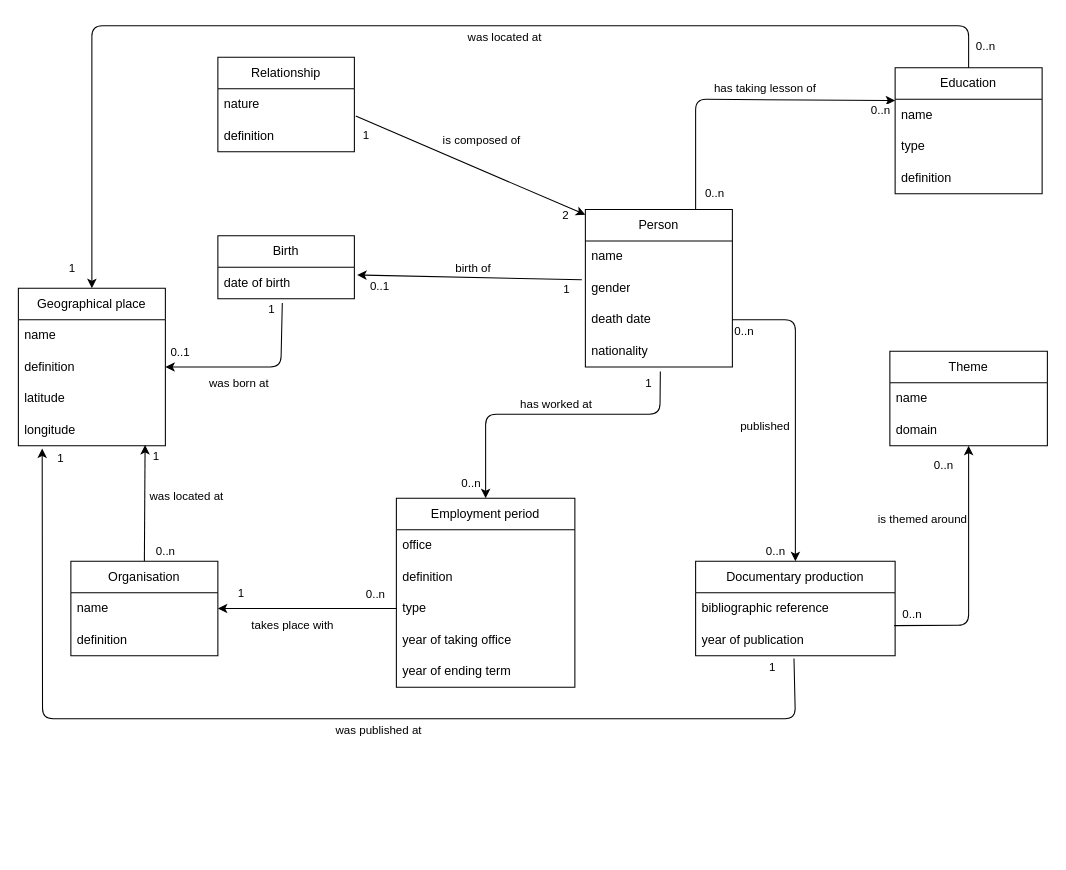
This is archivist.drawio from mroylem/archivist, a draw.io file, before an edit. Source tidied: cells renumbered, new cells numbered last; positions are measured from the earlier drawing's top-left corner, leaving out a move shared by most shapes. Both pictures are drawn from the tidied source at 105%, with x=0, y=0 at pixel (18, 25).
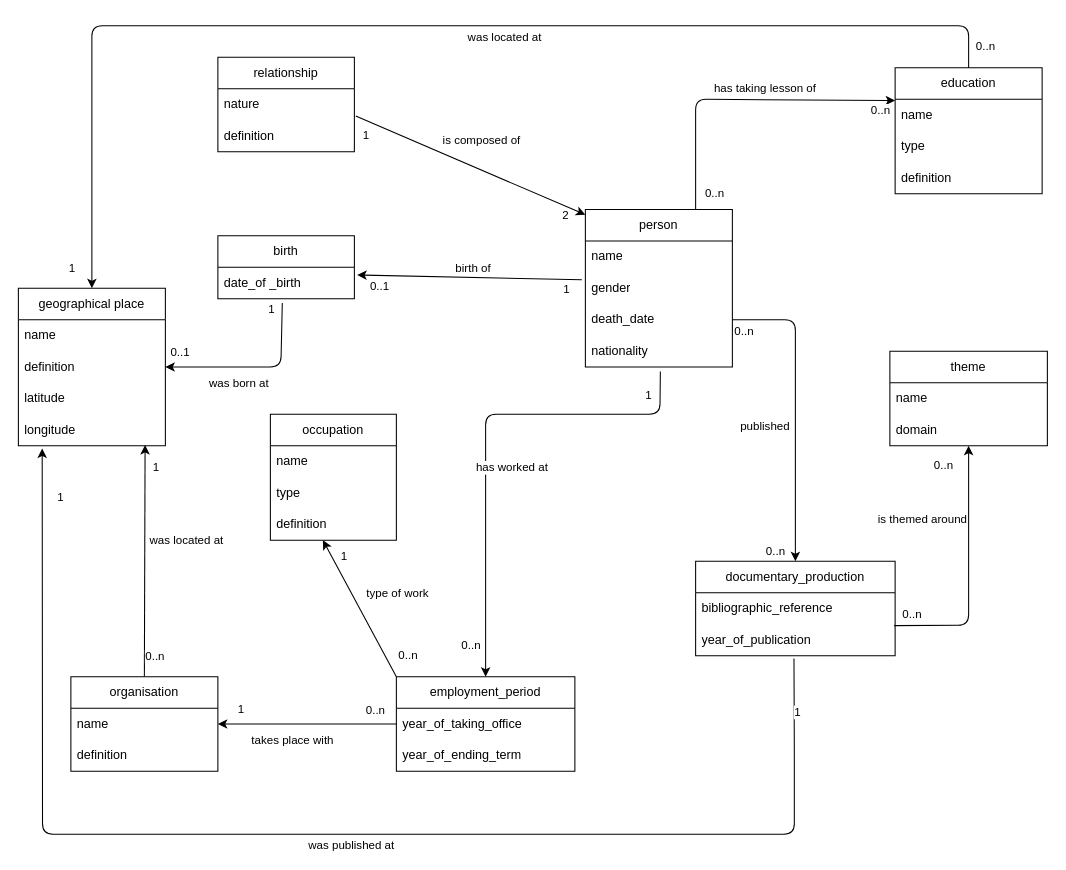
The same page after the edit.

The change refers to these unchanged cells:
```xml
<mxCell id="47" value="longitude" style="text;strokeColor=none;fillColor=none;align=left;verticalAlign=middle;spacingLeft=4;spacingRight=4;overflow=hidden;points=[[0,0.5],[1,0.5]];portConstraint=eastwest;whiteSpace=wrap;html=1;" parent="43" vertex="1">
  <mxGeometry y="120" width="140" height="30" as="geometry" />
</mxCell>
<mxCell id="65" style="edgeStyle=none;html=1;exitX=0.5;exitY=0;exitDx=0;exitDy=0;entryX=0.862;entryY=0.978;entryDx=0;entryDy=0;entryPerimeter=0;" parent="1" edge="1" source="69" target="47">
  <mxGeometry relative="1" as="geometry" />
</mxCell>
<mxCell id="70" value="name" style="text;strokeColor=none;fillColor=none;align=left;verticalAlign=middle;spacingLeft=4;spacingRight=4;overflow=hidden;points=[[0,0.5],[1,0.5]];portConstraint=eastwest;whiteSpace=wrap;html=1;" parent="69" vertex="1">
  <mxGeometry y="30" width="140" height="30" as="geometry" />
</mxCell>
```

Change to the diagram source:
```diff
@@
-    <mxCell id="2" value="Person" style="swimlane;fontStyle=0;horizontal=1;startSize=30;whiteSpace=wrap;html=1;" parent="1" vertex="1">
+    <mxCell id="2" value="person" style="swimlane;fontStyle=0;horizontal=1;startSize=30;whiteSpace=wrap;html=1;" parent="1" vertex="1">
       <mxGeometry x="540" y="175" width="140" height="150" as="geometry" />
     </mxCell>
@@
-    <mxCell id="5" value="death date" style="text;strokeColor=none;fillColor=none;align=left;verticalAlign=middle;spacingLeft=4;spacingRight=4;overflow=hidden;points=[[0,0.5],[1,0.5]];portConstraint=eastwest;whiteSpace=wrap;html=1;" parent="2" vertex="1">
+    <mxCell id="5" value="death_date" style="text;strokeColor=none;fillColor=none;align=left;verticalAlign=middle;spacingLeft=4;spacingRight=4;overflow=hidden;points=[[0,0.5],[1,0.5]];portConstraint=eastwest;whiteSpace=wrap;html=1;" parent="2" vertex="1">
       <mxGeometry y="90" width="140" height="30" as="geometry" />
     </mxCell>
@@
-    <mxCell id="7" value="Relationship" style="swimlane;fontStyle=0;horizontal=1;startSize=30;whiteSpace=wrap;html=1;" parent="1" vertex="1">
+    <mxCell id="7" value="relationship" style="swimlane;fontStyle=0;horizontal=1;startSize=30;whiteSpace=wrap;html=1;" parent="1" vertex="1">
       <mxGeometry x="190" y="30" width="130" height="90" as="geometry" />
     </mxCell>
@@
-    <mxCell id="18" value="Education" style="swimlane;fontStyle=0;horizontal=1;startSize=30;whiteSpace=wrap;html=1;" parent="1" vertex="1">
+    <mxCell id="18" value="education" style="swimlane;fontStyle=0;horizontal=1;startSize=30;whiteSpace=wrap;html=1;" parent="1" vertex="1">
       <mxGeometry x="835" y="40" width="140" height="120" as="geometry" />
     </mxCell>
@@
-    <mxCell id="26" value="Employment period" style="swimlane;fontStyle=0;horizontal=1;startSize=30;whiteSpace=wrap;html=1;" parent="1" vertex="1">
-      <mxGeometry x="360" y="450" width="170" height="180" as="geometry" />
+    <mxCell id="26" value="employment_period" style="swimlane;fontStyle=0;horizontal=1;startSize=30;whiteSpace=wrap;html=1;" parent="1" vertex="1">
+      <mxGeometry x="360" y="620" width="170" height="90" as="geometry" />
     </mxCell>
-    <mxCell id="27" value="office" style="text;strokeColor=none;fillColor=none;align=left;verticalAlign=middle;spacingLeft=4;spacingRight=4;overflow=hidden;whiteSpace=wrap;html=1;" parent="26" vertex="1">
-      <mxGeometry y="30" width="170" height="30" as="geometry" />
-    </mxCell>
-    <mxCell id="28" value="definition" style="text;strokeColor=none;fillColor=none;align=left;verticalAlign=middle;spacingLeft=4;spacingRight=4;overflow=hidden;whiteSpace=wrap;html=1;" parent="26" vertex="1">
-      <mxGeometry y="60" width="170" height="30" as="geometry" />
-    </mxCell>
-    <mxCell id="29" value="type" style="text;strokeColor=none;fillColor=none;align=left;verticalAlign=middle;spacingLeft=4;spacingRight=4;overflow=hidden;points=[[0,0.5],[1,0.5]];portConstraint=eastwest;whiteSpace=wrap;html=1;" parent="26" vertex="1">
-      <mxGeometry y="90" width="170" height="30" as="geometry" />
-    </mxCell>
-    <mxCell id="30" value="year of taking office" style="text;strokeColor=none;fillColor=none;align=left;verticalAlign=middle;spacingLeft=4;spacingRight=4;overflow=hidden;whiteSpace=wrap;html=1;" parent="26" vertex="1">
-      <mxGeometry y="120" width="170" height="30" as="geometry" />
+    <mxCell id="30" value="year_of_taking_office" style="text;strokeColor=none;fillColor=none;align=left;verticalAlign=middle;spacingLeft=4;spacingRight=4;overflow=hidden;whiteSpace=wrap;html=1;" parent="26" vertex="1">
+      <mxGeometry y="30" width="170" height="30" as="geometry" />
     </mxCell>
-    <mxCell id="31" value="year of ending term" style="text;strokeColor=none;fillColor=none;align=left;verticalAlign=middle;spacingLeft=4;spacingRight=4;overflow=hidden;whiteSpace=wrap;html=1;" parent="26" vertex="1">
-      <mxGeometry y="150" width="170" height="30" as="geometry" />
+    <mxCell id="31" value="year_of_ending_term" style="text;strokeColor=none;fillColor=none;align=left;verticalAlign=middle;spacingLeft=4;spacingRight=4;overflow=hidden;whiteSpace=wrap;html=1;" parent="26" vertex="1">
+      <mxGeometry y="60" width="170" height="30" as="geometry" />
     </mxCell>
@@
-    <mxCell id="36" value="Documentary production" style="swimlane;fontStyle=0;horizontal=1;startSize=30;whiteSpace=wrap;html=1;" parent="1" vertex="1">
+    <mxCell id="36" value="documentary_production" style="swimlane;fontStyle=0;horizontal=1;startSize=30;whiteSpace=wrap;html=1;" parent="1" vertex="1">
       <mxGeometry x="645" y="510" width="190" height="90" as="geometry" />
     </mxCell>
-    <mxCell id="37" value="bibliographic reference" style="text;strokeColor=none;fillColor=none;align=left;verticalAlign=middle;spacingLeft=4;spacingRight=4;overflow=hidden;whiteSpace=wrap;html=1;" parent="36" vertex="1">
+    <mxCell id="37" value="bibliographic_reference" style="text;strokeColor=none;fillColor=none;align=left;verticalAlign=middle;spacingLeft=4;spacingRight=4;overflow=hidden;whiteSpace=wrap;html=1;" parent="36" vertex="1">
       <mxGeometry y="30" width="190" height="30" as="geometry" />
     </mxCell>
-    <mxCell id="38" value="year of publication" style="text;strokeColor=none;fillColor=none;align=left;verticalAlign=middle;spacingLeft=4;spacingRight=4;overflow=hidden;points=[[0,0.5],[1,0.5]];portConstraint=eastwest;whiteSpace=wrap;html=1;" parent="36" vertex="1">
+    <mxCell id="38" value="year_of_publication" style="text;strokeColor=none;fillColor=none;align=left;verticalAlign=middle;spacingLeft=4;spacingRight=4;overflow=hidden;points=[[0,0.5],[1,0.5]];portConstraint=eastwest;whiteSpace=wrap;html=1;" parent="36" vertex="1">
       <mxGeometry y="60" width="190" height="30" as="geometry" />
     </mxCell>
@@
-    <mxCell id="43" value="Geographical place" style="swimlane;fontStyle=0;horizontal=1;startSize=30;whiteSpace=wrap;html=1;" parent="1" vertex="1">
+    <mxCell id="43" value="geographical place" style="swimlane;fontStyle=0;horizontal=1;startSize=30;whiteSpace=wrap;html=1;" parent="1" vertex="1">
       <mxGeometry y="250" width="140" height="150" as="geometry" />
     </mxCell>
@@
-    <mxCell id="48" value="Birth" style="swimlane;fontStyle=0;horizontal=1;startSize=30;whiteSpace=wrap;html=1;" parent="1" vertex="1">
+    <mxCell id="48" value="birth" style="swimlane;fontStyle=0;horizontal=1;startSize=30;whiteSpace=wrap;html=1;" parent="1" vertex="1">
       <mxGeometry x="190" y="200" width="130" height="60" as="geometry" />
     </mxCell>
-    <mxCell id="49" value="date of birth" style="text;strokeColor=none;fillColor=none;align=left;verticalAlign=middle;spacingLeft=4;spacingRight=4;overflow=hidden;points=[[0,0.5],[1,0.5]];portConstraint=eastwest;whiteSpace=wrap;html=1;" parent="48" vertex="1">
+    <mxCell id="49" value="date_of _birth" style="text;strokeColor=none;fillColor=none;align=left;verticalAlign=middle;spacingLeft=4;spacingRight=4;overflow=hidden;points=[[0,0.5],[1,0.5]];portConstraint=eastwest;whiteSpace=wrap;html=1;" parent="48" vertex="1">
       <mxGeometry y="30" width="130" height="30" as="geometry" />
     </mxCell>
@@
-    <mxCell id="58" value="Theme" style="swimlane;fontStyle=0;horizontal=1;startSize=30;whiteSpace=wrap;html=1;" parent="1" vertex="1">
+    <mxCell id="58" value="theme" style="swimlane;fontStyle=0;horizontal=1;startSize=30;whiteSpace=wrap;html=1;" parent="1" vertex="1">
       <mxGeometry x="830" y="310" width="150" height="90" as="geometry" />
     </mxCell>
@@
     <mxCell id="61" style="endArrow=classic;html=1;exitX=0.493;exitY=1.089;exitDx=0;exitDy=0;exitPerimeter=0;entryX=0.162;entryY=1.089;entryDx=0;entryDy=0;entryPerimeter=0;" parent="1" edge="1" source="38" target="47">
       <mxGeometry relative="1" as="geometry">
         <Array as="points">
-          <mxPoint x="740" y="660" />
-          <mxPoint x="23" y="660" />
+          <mxPoint x="739" y="690" />
+          <mxPoint x="739" y="770" />
+          <mxPoint x="23" y="770" />
         </Array>
       </mxGeometry>
     </mxCell>
@@
     <mxCell id="66" value="was located at" style="edgeLabel;html=1;align=center;verticalAlign=middle;" parent="65" vertex="1">
       <mxGeometry x="-0.15" y="1" relative="1" as="geometry">
-        <mxPoint x="40" y="-15" as="offset" />
+        <mxPoint x="40" y="-36" as="offset" />
       </mxGeometry>
     </mxCell>
     <mxCell id="67" value="1" style="edgeLabel;html=1;align=center;verticalAlign=middle;" parent="65" vertex="1">
       <mxGeometry x="-0.77" y="1" relative="1" as="geometry">
-        <mxPoint x="11" y="-87" as="offset" />
+        <mxPoint x="11" y="-174" as="offset" />
       </mxGeometry>
     </mxCell>
     <mxCell id="68" value="0..n" style="edgeLabel;html=1;align=center;verticalAlign=middle;" parent="65" vertex="1">
       <mxGeometry x="0.6" y="-2" relative="1" as="geometry">
-        <mxPoint x="17" y="79" as="offset" />
+        <mxPoint x="7" y="157" as="offset" />
       </mxGeometry>
     </mxCell>
-    <mxCell id="69" value="Organisation" style="swimlane;fontStyle=0;horizontal=1;startSize=30;whiteSpace=wrap;html=1;" parent="1" vertex="1">
-      <mxGeometry x="50" y="510" width="140" height="90" as="geometry" />
+    <mxCell id="69" value="organisation" style="swimlane;fontStyle=0;horizontal=1;startSize=30;whiteSpace=wrap;html=1;" parent="1" vertex="1">
+      <mxGeometry x="50" y="620" width="140" height="90" as="geometry" />
     </mxCell>
@@
-    <mxCell id="72" style="edgeStyle=none;html=1;exitX=0;exitY=0.5;exitDx=0;exitDy=0;entryX=1;entryY=0.5;entryDx=0;entryDy=0;" parent="1" edge="1" source="29" target="70">
-      <mxGeometry relative="1" as="geometry" />
+    <mxCell id="72" style="edgeStyle=none;html=1;exitX=0;exitY=0.5;exitDx=0;exitDy=0;entryX=1;entryY=0.5;entryDx=0;entryDy=0;" parent="1" edge="1" target="70">
+      <mxGeometry relative="1" as="geometry">
+        <mxPoint x="360" y="665" as="sourcePoint" />
+      </mxGeometry>
     </mxCell>
@@
+    <mxCell id="80" value="occupation" style="swimlane;fontStyle=0;horizontal=1;startSize=30;whiteSpace=wrap;html=1;" parent="1" vertex="1">
+      <mxGeometry x="240" y="370" width="120" height="120" as="geometry" />
+    </mxCell>
+    <mxCell id="81" value="name" style="text;strokeColor=none;fillColor=none;align=left;verticalAlign=middle;spacingLeft=4;spacingRight=4;overflow=hidden;whiteSpace=wrap;html=1;" parent="80" vertex="1">
+      <mxGeometry y="30" width="120" height="30" as="geometry" />
+    </mxCell>
+    <mxCell id="29" value="type" style="text;strokeColor=none;fillColor=none;align=left;verticalAlign=middle;spacingLeft=4;spacingRight=4;overflow=hidden;points=[[0,0.5],[1,0.5]];portConstraint=eastwest;whiteSpace=wrap;html=1;" parent="80" vertex="1">
+      <mxGeometry y="60" width="120" height="30" as="geometry" />
+    </mxCell>
+    <mxCell id="28" value="definition" style="text;strokeColor=none;fillColor=none;align=left;verticalAlign=middle;spacingLeft=4;spacingRight=4;overflow=hidden;whiteSpace=wrap;html=1;" parent="80" vertex="1">
+      <mxGeometry y="90" width="120" height="30" as="geometry" />
+    </mxCell>
+    <mxCell id="82" style="edgeStyle=none;html=1;entryX=0;entryY=0;entryDx=0;entryDy=0;elbow=vertical;exitX=0;exitY=0;exitDx=0;exitDy=0;" parent="1" edge="1" source="26">
+      <mxGeometry relative="1" as="geometry">
+        <mxPoint x="290" y="490" as="targetPoint" />
+      </mxGeometry>
+    </mxCell>
+    <mxCell id="83" value="0..n" style="edgeLabel;html=1;align=center;verticalAlign=middle;" parent="82" vertex="1">
+      <mxGeometry x="-0.68" y="-4" relative="1" as="geometry">
+        <mxPoint x="18" y="3" as="offset" />
+      </mxGeometry>
+    </mxCell>
+    <mxCell id="84" value="1" style="edgeLabel;html=1;align=center;verticalAlign=middle;" parent="82" vertex="1">
+      <mxGeometry x="0.75" y="-1" relative="1" as="geometry">
+        <mxPoint x="10" y="-1" as="offset" />
+      </mxGeometry>
+    </mxCell>
+    <mxCell id="85" value="type of work" style="edgeLabel;html=1;align=center;verticalAlign=middle;" parent="82" vertex="1">
+      <mxGeometry x="0.35" y="-1" relative="1" as="geometry">
+        <mxPoint x="47" y="9" as="offset" />
+      </mxGeometry>
+    </mxCell>
```
